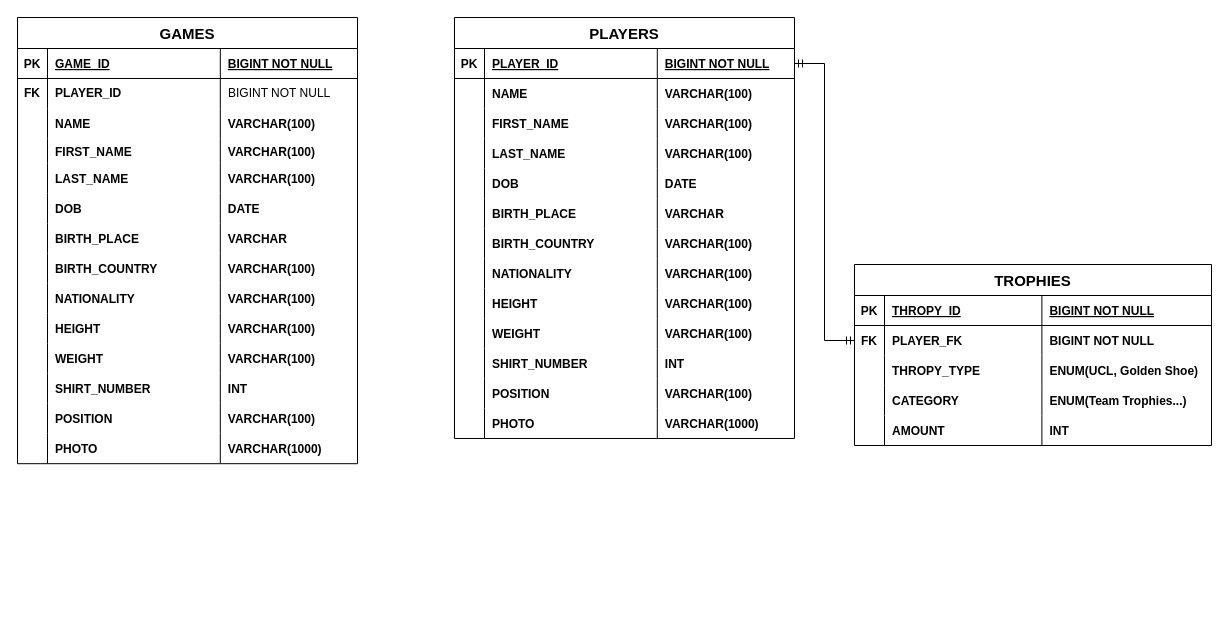
The draw.io diagram MHVDatabase.drawio in GiorgiEz/MHVStats, before the edit. Source tidied: cells renumbered, new cells numbered last; positions are measured from the earlier drawing's top-left corner, leaving out a move shared by most shapes. Both pictures are drawn from the tidied source at 100%, with x=0, y=0 at pixel (17, 17).
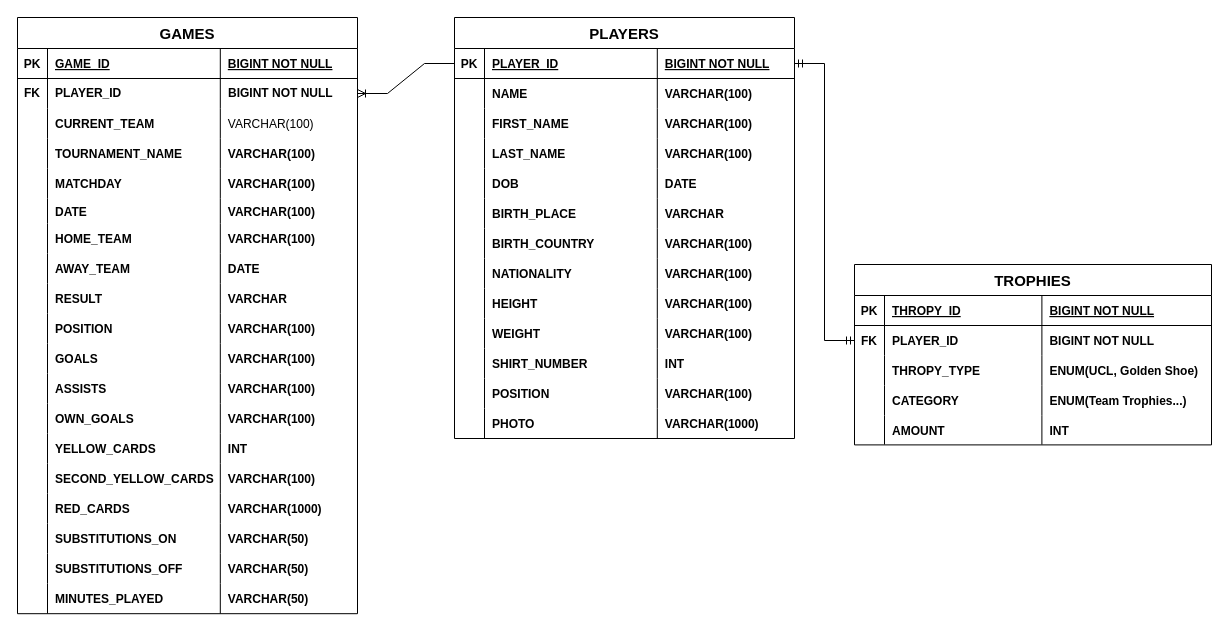
The same page after the edit.

The change refers to these unchanged cells:
```xml
<mxCell id="3" style="shape=partialRectangle;fillColor=none;points=[[0,0.5],[1,0.5]];portConstraint=eastwest;top=0;left=0;right=0;bottom=1;" parent="2" vertex="1">
  <mxGeometry y="31" width="340" height="30" as="geometry" />
</mxCell>
<mxCell id="60" style="shape=partialRectangle;fillColor=none;points=[[0,0.5],[1,0.5]];portConstraint=eastwest;top=0;left=0;right=0;bottom=0;" parent="55" vertex="1">
  <mxGeometry y="61" width="357" height="30" as="geometry" />
</mxCell>
<mxCell id="82" style="shape=tableRow;horizontal=0;startSize=0;swimlaneHead=0;swimlaneBody=0;fillColor=none;points=[[0,0.5],[1,0.5]];portConstraint=eastwest;top=0;left=0;right=0;bottom=0;" parent="77" vertex="1">
  <mxGeometry y="61" width="340" height="30" as="geometry" />
</mxCell>
```

The edit, as a diff of the source:
```diff
@@
     <mxCell id="55" value="TROPHIES" style="shape=table;startSize=31;childLayout=tableLayout;rowLines=0;fontStyle=1;align=center;fontSize=15;" parent="1" vertex="1">
-      <mxGeometry x="837" y="247" width="357" height="181" as="geometry" />
+      <mxGeometry x="837" y="247" width="357" height="180.4" as="geometry" />
     </mxCell>
@@
-    <mxCell id="62" value="PLAYER_FK" style="shape=partialRectangle;overflow=hidden;fillColor=none;top=0;left=0;bottom=0;right=0;align=left;spacingLeft=6;fontStyle=1;" parent="60" vertex="1">
+    <mxCell id="62" value="PLAYER_ID" style="shape=partialRectangle;overflow=hidden;fillColor=none;top=0;left=0;bottom=0;right=0;align=left;spacingLeft=6;fontStyle=1;" parent="60" vertex="1">
       <mxGeometry x="30" width="157.4" height="30" as="geometry" />
     </mxCell>
@@
     <mxCell id="72" style="shape=tableRow;horizontal=0;startSize=0;swimlaneHead=0;swimlaneBody=0;fillColor=none;top=0;left=0;right=0;bottom=0;" parent="55" vertex="1">
-      <mxGeometry y="151" width="357" height="30" as="geometry" />
+      <mxGeometry y="151" width="357" height="29" as="geometry" />
     </mxCell>
     <mxCell id="73" style="shape=partialRectangle;fillColor=none;top=0;left=0;bottom=0;right=0;overflow=hidden;" parent="72" vertex="1">
-      <mxGeometry width="30" height="30" as="geometry" />
+      <mxGeometry width="30" height="29" as="geometry" />
     </mxCell>
     <mxCell id="74" value="AMOUNT" style="shape=partialRectangle;fillColor=none;top=0;left=0;bottom=0;right=0;align=left;spacingLeft=6;overflow=hidden;fontStyle=1;" parent="72" vertex="1">
-      <mxGeometry x="30" width="157.4" height="30" as="geometry" />
+      <mxGeometry x="30" width="157.4" height="29" as="geometry" />
     </mxCell>
     <mxCell id="75" value="INT" style="shape=partialRectangle;fillColor=none;top=0;left=0;bottom=0;right=0;align=left;spacingLeft=6;overflow=hidden;fontStyle=1;" parent="72" vertex="1">
-      <mxGeometry x="187.4" width="169.6" height="30" as="geometry" />
+      <mxGeometry x="187.4" width="169.6" height="29" as="geometry" />
     </mxCell>
@@
     <mxCell id="77" value="GAMES" style="shape=table;startSize=31;childLayout=tableLayout;rowLines=0;fontStyle=1;align=center;fontSize=15;" parent="1" vertex="1">
-      <mxGeometry width="340" height="446.2" as="geometry" />
+      <mxGeometry width="340" height="596.2" as="geometry" />
     </mxCell>
@@
-    <mxCell id="83" value="&lt;b&gt;FK&lt;/b&gt;" style="shape=partialRectangle;fillColor=none;top=0;left=0;bottom=0;right=0;fontStyle=0;overflow=hidden;whiteSpace=wrap;html=1;" parent="82" vertex="1">
+    <mxCell id="83" value="&lt;span&gt;FK&lt;/span&gt;" style="shape=partialRectangle;fillColor=none;top=0;left=0;bottom=0;right=0;fontStyle=1;overflow=hidden;whiteSpace=wrap;html=1;" parent="82" vertex="1">
       <mxGeometry width="30" height="30" as="geometry" />
     </mxCell>
@@
-    <mxCell id="85" value="BIGINT NOT NULL" style="shape=partialRectangle;fillColor=none;top=0;left=0;bottom=0;right=0;align=left;spacingLeft=6;fontStyle=0;overflow=hidden;whiteSpace=wrap;html=1;" parent="82" vertex="1">
+    <mxCell id="85" value="BIGINT NOT NULL" style="shape=partialRectangle;fillColor=none;top=0;left=0;bottom=0;right=0;align=left;spacingLeft=6;fontStyle=1;overflow=hidden;whiteSpace=wrap;html=1;" parent="82" vertex="1">
       <mxGeometry x="202.8" width="137.2" height="30" as="geometry" />
     </mxCell>
+    <mxCell id="134" style="shape=tableRow;horizontal=0;startSize=0;swimlaneHead=0;swimlaneBody=0;fillColor=none;top=0;left=0;right=0;bottom=0;" parent="77" vertex="1">
+      <mxGeometry y="91" width="340" height="30" as="geometry" />
+    </mxCell>
+    <mxCell id="135" style="shape=partialRectangle;fillColor=none;top=0;left=0;bottom=0;right=0;overflow=hidden;" parent="134" vertex="1">
+      <mxGeometry width="30" height="30" as="geometry" />
+    </mxCell>
+    <mxCell id="136" value="CURRENT_TEAM" style="shape=partialRectangle;fillColor=none;top=0;left=0;bottom=0;right=0;align=left;spacingLeft=6;overflow=hidden;fontStyle=1;" parent="134" vertex="1">
+      <mxGeometry x="30" width="172.8" height="30" as="geometry" />
+    </mxCell>
+    <mxCell id="137" value="VARCHAR(100)" style="shape=partialRectangle;fillColor=none;top=0;left=0;bottom=0;right=0;align=left;spacingLeft=6;overflow=hidden;" parent="134" vertex="1">
+      <mxGeometry x="202.8" width="137.2" height="30" as="geometry" />
+    </mxCell>
+    <mxCell id="138" style="shape=tableRow;horizontal=0;startSize=0;swimlaneHead=0;swimlaneBody=0;fillColor=none;top=0;left=0;right=0;bottom=0;" parent="77" vertex="1">
+      <mxGeometry y="121" width="340" height="30" as="geometry" />
+    </mxCell>
+    <mxCell id="139" style="shape=partialRectangle;fillColor=none;top=0;left=0;bottom=0;right=0;overflow=hidden;" parent="138" vertex="1">
+      <mxGeometry width="30" height="30" as="geometry" />
+    </mxCell>
+    <mxCell id="140" value="TOURNAMENT_NAME" style="shape=partialRectangle;fillColor=none;top=0;left=0;bottom=0;right=0;align=left;spacingLeft=6;overflow=hidden;fontStyle=1;" parent="138" vertex="1">
+      <mxGeometry x="30" width="172.8" height="30" as="geometry" />
+    </mxCell>
+    <mxCell id="141" value="VARCHAR(100)" style="shape=partialRectangle;fillColor=none;top=0;left=0;bottom=0;right=0;align=left;spacingLeft=6;overflow=hidden;fontStyle=1;" parent="138" vertex="1">
+      <mxGeometry x="202.8" width="137.2" height="30" as="geometry" />
+    </mxCell>
     <mxCell id="86" style="shape=partialRectangle;fillColor=none;top=0;left=0;right=0;bottom=0;" parent="77" vertex="1">
-      <mxGeometry y="91" width="340" height="30" as="geometry" />
+      <mxGeometry y="151" width="340" height="30" as="geometry" />
     </mxCell>
@@
-    <mxCell id="88" value="NAME" style="shape=partialRectangle;overflow=hidden;fillColor=none;top=0;left=0;bottom=0;right=0;align=left;spacingLeft=6;fontStyle=1;" parent="86" vertex="1">
+    <mxCell id="88" value="MATCHDAY" style="shape=partialRectangle;overflow=hidden;fillColor=none;top=0;left=0;bottom=0;right=0;align=left;spacingLeft=6;fontStyle=1;" parent="86" vertex="1">
       <mxGeometry x="30" width="172.8" height="30" as="geometry" />
     </mxCell>
@@
     <mxCell id="90" style="shape=partialRectangle;fillColor=none;top=0;left=0;right=0;bottom=0;" parent="77" vertex="1">
-      <mxGeometry y="121" width="340" height="25" as="geometry" />
+      <mxGeometry y="181" width="340" height="25" as="geometry" />
     </mxCell>
@@
-    <mxCell id="92" value="FIRST_NAME" style="shape=partialRectangle;overflow=hidden;fillColor=none;top=0;left=0;bottom=0;right=0;align=left;spacingLeft=6;fontStyle=1;" parent="90" vertex="1">
+    <mxCell id="92" value="DATE" style="shape=partialRectangle;overflow=hidden;fillColor=none;top=0;left=0;bottom=0;right=0;align=left;spacingLeft=6;fontStyle=1;" parent="90" vertex="1">
       <mxGeometry x="30" width="172.8" height="25" as="geometry" />
     </mxCell>
@@
     <mxCell id="94" style="shape=partialRectangle;fillColor=none;top=0;left=0;right=0;bottom=0;" parent="77" vertex="1">
-      <mxGeometry y="146" width="340" height="30" as="geometry" />
+      <mxGeometry y="206" width="340" height="30" as="geometry" />
     </mxCell>
@@
-    <mxCell id="96" value="LAST_NAME" style="shape=partialRectangle;overflow=hidden;fillColor=none;top=0;left=0;bottom=0;right=0;align=left;spacingLeft=6;fontStyle=1;" parent="94" vertex="1">
+    <mxCell id="96" value="HOME_TEAM" style="shape=partialRectangle;overflow=hidden;fillColor=none;top=0;left=0;bottom=0;right=0;align=left;spacingLeft=6;fontStyle=1;" parent="94" vertex="1">
       <mxGeometry x="30" width="172.8" height="30" as="geometry" />
     </mxCell>
@@
     <mxCell id="98" style="shape=partialRectangle;fillColor=none;top=0;left=0;right=0;bottom=0;" parent="77" vertex="1">
-      <mxGeometry y="176" width="340" height="30" as="geometry" />
+      <mxGeometry y="236" width="340" height="30" as="geometry" />
     </mxCell>
@@
-    <mxCell id="100" value="DOB" style="shape=partialRectangle;overflow=hidden;fillColor=none;top=0;left=0;bottom=0;right=0;align=left;spacingLeft=6;fontStyle=1;" parent="98" vertex="1">
+    <mxCell id="100" value="AWAY_TEAM" style="shape=partialRectangle;overflow=hidden;fillColor=none;top=0;left=0;bottom=0;right=0;align=left;spacingLeft=6;fontStyle=1;" parent="98" vertex="1">
       <mxGeometry x="30" width="172.8" height="30" as="geometry" />
     </mxCell>
@@
     <mxCell id="102" style="shape=partialRectangle;fillColor=none;top=0;left=0;right=0;bottom=0;" parent="77" vertex="1">
-      <mxGeometry y="206" width="340" height="30" as="geometry" />
+      <mxGeometry y="266" width="340" height="30" as="geometry" />
     </mxCell>
@@
-    <mxCell id="104" value="BIRTH_PLACE" style="shape=partialRectangle;overflow=hidden;fillColor=none;top=0;left=0;bottom=0;right=0;align=left;spacingLeft=6;fontStyle=1;" parent="102" vertex="1">
+    <mxCell id="104" value="RESULT" style="shape=partialRectangle;overflow=hidden;fillColor=none;top=0;left=0;bottom=0;right=0;align=left;spacingLeft=6;fontStyle=1;" parent="102" vertex="1">
       <mxGeometry x="30" width="172.8" height="30" as="geometry" />
     </mxCell>
@@
     <mxCell id="106" style="shape=partialRectangle;fillColor=none;top=0;left=0;right=0;bottom=0;" parent="77" vertex="1">
-      <mxGeometry y="236" width="340" height="30" as="geometry" />
+      <mxGeometry y="296" width="340" height="30" as="geometry" />
     </mxCell>
@@
-    <mxCell id="108" value="BIRTH_COUNTRY" style="shape=partialRectangle;overflow=hidden;fillColor=none;top=0;left=0;bottom=0;right=0;align=left;spacingLeft=6;fontStyle=1;" parent="106" vertex="1">
+    <mxCell id="108" value="POSITION" style="shape=partialRectangle;overflow=hidden;fillColor=none;top=0;left=0;bottom=0;right=0;align=left;spacingLeft=6;fontStyle=1;" parent="106" vertex="1">
       <mxGeometry x="30" width="172.8" height="30" as="geometry" />
     </mxCell>
@@
     <mxCell id="110" style="shape=partialRectangle;fillColor=none;top=0;left=0;right=0;bottom=0;" parent="77" vertex="1">
-      <mxGeometry y="266" width="340" height="30" as="geometry" />
+      <mxGeometry y="326" width="340" height="30" as="geometry" />
     </mxCell>
@@
-    <mxCell id="112" value="NATIONALITY" style="shape=partialRectangle;overflow=hidden;fillColor=none;top=0;left=0;bottom=0;right=0;align=left;spacingLeft=6;fontStyle=1;" parent="110" vertex="1">
+    <mxCell id="112" value="GOALS" style="shape=partialRectangle;overflow=hidden;fillColor=none;top=0;left=0;bottom=0;right=0;align=left;spacingLeft=6;fontStyle=1;" parent="110" vertex="1">
       <mxGeometry x="30" width="172.8" height="30" as="geometry" />
     </mxCell>
@@
     <mxCell id="114" style="shape=tableRow;horizontal=0;startSize=0;swimlaneHead=0;swimlaneBody=0;fillColor=none;top=0;left=0;right=0;bottom=0;" parent="77" vertex="1">
-      <mxGeometry y="296" width="340" height="30" as="geometry" />
+      <mxGeometry y="356" width="340" height="30" as="geometry" />
     </mxCell>
@@
-    <mxCell id="116" value="HEIGHT" style="shape=partialRectangle;fillColor=none;top=0;left=0;bottom=0;right=0;align=left;spacingLeft=6;overflow=hidden;fontStyle=1;" parent="114" vertex="1">
+    <mxCell id="116" value="ASSISTS" style="shape=partialRectangle;fillColor=none;top=0;left=0;bottom=0;right=0;align=left;spacingLeft=6;overflow=hidden;fontStyle=1;" parent="114" vertex="1">
       <mxGeometry x="30" width="172.8" height="30" as="geometry" />
     </mxCell>
@@
     <mxCell id="118" style="shape=tableRow;horizontal=0;startSize=0;swimlaneHead=0;swimlaneBody=0;fillColor=none;top=0;left=0;right=0;bottom=0;" parent="77" vertex="1">
-      <mxGeometry y="326" width="340" height="30" as="geometry" />
+      <mxGeometry y="386" width="340" height="30" as="geometry" />
     </mxCell>
@@
-    <mxCell id="120" value="WEIGHT" style="shape=partialRectangle;fillColor=none;top=0;left=0;bottom=0;right=0;align=left;spacingLeft=6;overflow=hidden;fontStyle=1;" parent="118" vertex="1">
+    <mxCell id="120" value="OWN_GOALS" style="shape=partialRectangle;fillColor=none;top=0;left=0;bottom=0;right=0;align=left;spacingLeft=6;overflow=hidden;fontStyle=1;" parent="118" vertex="1">
       <mxGeometry x="30" width="172.8" height="30" as="geometry" />
     </mxCell>
@@
     <mxCell id="122" style="shape=tableRow;horizontal=0;startSize=0;swimlaneHead=0;swimlaneBody=0;fillColor=none;top=0;left=0;right=0;bottom=0;" parent="77" vertex="1">
-      <mxGeometry y="356" width="340" height="30" as="geometry" />
+      <mxGeometry y="416" width="340" height="30" as="geometry" />
     </mxCell>
@@
-    <mxCell id="124" value="SHIRT_NUMBER" style="shape=partialRectangle;fillColor=none;top=0;left=0;bottom=0;right=0;align=left;spacingLeft=6;overflow=hidden;fontStyle=1;" parent="122" vertex="1">
+    <mxCell id="124" value="YELLOW_CARDS" style="shape=partialRectangle;fillColor=none;top=0;left=0;bottom=0;right=0;align=left;spacingLeft=6;overflow=hidden;fontStyle=1;" parent="122" vertex="1">
       <mxGeometry x="30" width="172.8" height="30" as="geometry" />
     </mxCell>
@@
     <mxCell id="126" style="shape=tableRow;horizontal=0;startSize=0;swimlaneHead=0;swimlaneBody=0;fillColor=none;top=0;left=0;right=0;bottom=0;" parent="77" vertex="1">
-      <mxGeometry y="386" width="340" height="30" as="geometry" />
+      <mxGeometry y="446" width="340" height="30" as="geometry" />
     </mxCell>
@@
-    <mxCell id="128" value="POSITION" style="shape=partialRectangle;fillColor=none;top=0;left=0;bottom=0;right=0;align=left;spacingLeft=6;overflow=hidden;fontStyle=1;" parent="126" vertex="1">
+    <mxCell id="128" value="SECOND_YELLOW_CARDS" style="shape=partialRectangle;fillColor=none;top=0;left=0;bottom=0;right=0;align=left;spacingLeft=6;overflow=hidden;fontStyle=1;" parent="126" vertex="1">
       <mxGeometry x="30" width="172.8" height="30" as="geometry" />
     </mxCell>
@@
     <mxCell id="130" style="shape=tableRow;horizontal=0;startSize=0;swimlaneHead=0;swimlaneBody=0;fillColor=none;top=0;left=0;right=0;bottom=0;" parent="77" vertex="1">
-      <mxGeometry y="416" width="340" height="30" as="geometry" />
+      <mxGeometry y="476" width="340" height="30" as="geometry" />
     </mxCell>
@@
-    <mxCell id="132" value="PHOTO" style="shape=partialRectangle;fillColor=none;top=0;left=0;bottom=0;right=0;align=left;spacingLeft=6;overflow=hidden;fontStyle=1;" parent="130" vertex="1">
+    <mxCell id="132" value="RED_CARDS" style="shape=partialRectangle;fillColor=none;top=0;left=0;bottom=0;right=0;align=left;spacingLeft=6;overflow=hidden;fontStyle=1;" parent="130" vertex="1">
       <mxGeometry x="30" width="172.8" height="30" as="geometry" />
     </mxCell>
@@
+    <mxCell id="142" style="shape=tableRow;horizontal=0;startSize=0;swimlaneHead=0;swimlaneBody=0;fillColor=none;top=0;left=0;right=0;bottom=0;" parent="77" vertex="1">
+      <mxGeometry y="506" width="340" height="30" as="geometry" />
+    </mxCell>
+    <mxCell id="143" style="shape=partialRectangle;fillColor=none;top=0;left=0;bottom=0;right=0;overflow=hidden;" parent="142" vertex="1">
+      <mxGeometry width="30" height="30" as="geometry" />
+    </mxCell>
+    <mxCell id="144" value="SUBSTITUTIONS_ON" style="shape=partialRectangle;fillColor=none;top=0;left=0;bottom=0;right=0;align=left;spacingLeft=6;overflow=hidden;fontStyle=1;" parent="142" vertex="1">
+      <mxGeometry x="30" width="172.8" height="30" as="geometry" />
+    </mxCell>
+    <mxCell id="145" value="VARCHAR(50)" style="shape=partialRectangle;fillColor=none;top=0;left=0;bottom=0;right=0;align=left;spacingLeft=6;overflow=hidden;fontStyle=1;" parent="142" vertex="1">
+      <mxGeometry x="202.8" width="137.2" height="30" as="geometry" />
+    </mxCell>
+    <mxCell id="146" style="shape=tableRow;horizontal=0;startSize=0;swimlaneHead=0;swimlaneBody=0;fillColor=none;top=0;left=0;right=0;bottom=0;" parent="77" vertex="1">
+      <mxGeometry y="536" width="340" height="30" as="geometry" />
+    </mxCell>
+    <mxCell id="147" style="shape=partialRectangle;fillColor=none;top=0;left=0;bottom=0;right=0;overflow=hidden;" parent="146" vertex="1">
+      <mxGeometry width="30" height="30" as="geometry" />
+    </mxCell>
+    <mxCell id="148" value="SUBSTITUTIONS_OFF" style="shape=partialRectangle;fillColor=none;top=0;left=0;bottom=0;right=0;align=left;spacingLeft=6;overflow=hidden;fontStyle=1;" parent="146" vertex="1">
+      <mxGeometry x="30" width="172.8" height="30" as="geometry" />
+    </mxCell>
+    <mxCell id="149" value="VARCHAR(50)" style="shape=partialRectangle;fillColor=none;top=0;left=0;bottom=0;right=0;align=left;spacingLeft=6;overflow=hidden;fontStyle=1;" parent="146" vertex="1">
+      <mxGeometry x="202.8" width="137.2" height="30" as="geometry" />
+    </mxCell>
+    <mxCell id="150" style="shape=tableRow;horizontal=0;startSize=0;swimlaneHead=0;swimlaneBody=0;fillColor=none;top=0;left=0;right=0;bottom=0;" parent="77" vertex="1">
+      <mxGeometry y="566" width="340" height="30" as="geometry" />
+    </mxCell>
+    <mxCell id="151" style="shape=partialRectangle;fillColor=none;top=0;left=0;bottom=0;right=0;overflow=hidden;" parent="150" vertex="1">
+      <mxGeometry width="30" height="30" as="geometry" />
+    </mxCell>
+    <mxCell id="152" value="MINUTES_PLAYED" style="shape=partialRectangle;fillColor=none;top=0;left=0;bottom=0;right=0;align=left;spacingLeft=6;overflow=hidden;fontStyle=1;" parent="150" vertex="1">
+      <mxGeometry x="30" width="172.8" height="30" as="geometry" />
+    </mxCell>
+    <mxCell id="153" value="VARCHAR(50)" style="shape=partialRectangle;fillColor=none;top=0;left=0;bottom=0;right=0;align=left;spacingLeft=6;overflow=hidden;fontStyle=1;" parent="150" vertex="1">
+      <mxGeometry x="202.8" width="137.2" height="30" as="geometry" />
+    </mxCell>
+    <mxCell id="154" style="edgeStyle=entityRelationEdgeStyle;fontSize=12;html=1;endArrow=ERoneToMany;rounded=0;exitX=0;exitY=0.5;exitDx=0;exitDy=0;entryX=1;entryY=0.5;entryDx=0;entryDy=0;" parent="1" edge="1" source="3" target="82">
+      <mxGeometry relative="1" as="geometry" />
+    </mxCell>
```
